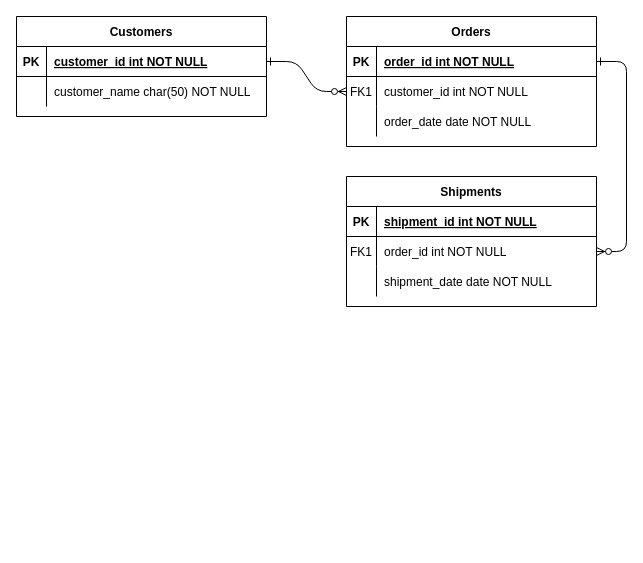
Earlier version of the draw.io diagram Untitled Diagram.drawio (kiroskirin/diagram-101). Source tidied: cells renumbered, new cells numbered last; positions are measured from the earlier drawing's top-left corner, leaving out a move shared by most shapes. Both pictures are drawn from the tidied source at 100%, with x=0, y=0 at pixel (16, 16).
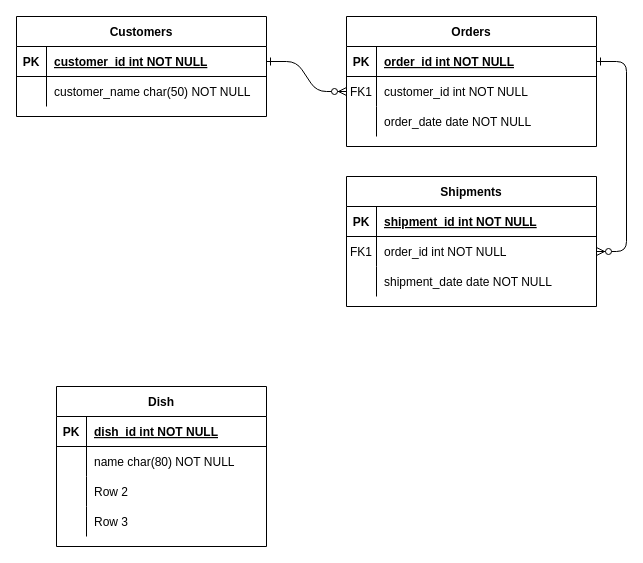
Above is the later version.

Commit message:
init diagram

The edit, as a diff of the source:
```diff
@@
+    <mxCell id="31" value="Dish" style="shape=table;startSize=30;childLayout=tableLayout;rowLines=0;fontStyle=1;align=center;" parent="1" vertex="1">
+      <mxGeometry x="40" y="370" width="210" height="160" as="geometry" />
+    </mxCell>
+    <mxCell id="32" style="shape=tableRow;horizontal=0;startSize=0;swimlaneHead=0;swimlaneBody=0;fillColor=none;top=0;left=0;right=0;bottom=1;" parent="31" vertex="1">
+      <mxGeometry y="30" width="210" height="30" as="geometry" />
+    </mxCell>
+    <mxCell id="33" value="PK" style="shape=partialRectangle;fillColor=none;top=0;left=0;bottom=0;right=0;fontStyle=1;overflow=hidden;" parent="32" vertex="1">
+      <mxGeometry width="30" height="30" as="geometry" />
+    </mxCell>
+    <mxCell id="34" value="dish_id int NOT NULL" style="shape=partialRectangle;fillColor=none;top=0;left=0;bottom=0;right=0;align=left;spacingLeft=6;fontStyle=5;overflow=hidden;" parent="32" vertex="1">
+      <mxGeometry x="30" width="180" height="30" as="geometry" />
+    </mxCell>
+    <mxCell id="35" style="shape=tableRow;horizontal=0;startSize=0;swimlaneHead=0;swimlaneBody=0;fillColor=none;top=0;left=0;right=0;bottom=0;" parent="31" vertex="1">
+      <mxGeometry y="60" width="210" height="30" as="geometry" />
+    </mxCell>
+    <mxCell id="36" style="shape=partialRectangle;fillColor=none;top=0;left=0;bottom=0;right=0;overflow=hidden;" parent="35" vertex="1">
+      <mxGeometry width="30" height="30" as="geometry" />
+    </mxCell>
+    <mxCell id="37" value="name char(80) NOT NULL" style="shape=partialRectangle;fillColor=none;top=0;left=0;bottom=0;right=0;align=left;spacingLeft=6;overflow=hidden;" parent="35" vertex="1">
+      <mxGeometry x="30" width="180" height="30" as="geometry" />
+    </mxCell>
+    <mxCell id="38" style="shape=tableRow;horizontal=0;startSize=0;swimlaneHead=0;swimlaneBody=0;fillColor=none;top=0;left=0;right=0;bottom=0;" parent="31" vertex="1">
+      <mxGeometry y="90" width="210" height="30" as="geometry" />
+    </mxCell>
+    <mxCell id="39" style="shape=partialRectangle;fillColor=none;top=0;left=0;bottom=0;right=0;overflow=hidden;" parent="38" vertex="1">
+      <mxGeometry width="30" height="30" as="geometry" />
+    </mxCell>
+    <mxCell id="40" value="Row 2" style="shape=partialRectangle;fillColor=none;top=0;left=0;bottom=0;right=0;align=left;spacingLeft=6;overflow=hidden;" parent="38" vertex="1">
+      <mxGeometry x="30" width="180" height="30" as="geometry" />
+    </mxCell>
+    <mxCell id="41" style="shape=tableRow;horizontal=0;startSize=0;swimlaneHead=0;swimlaneBody=0;fillColor=none;top=0;left=0;right=0;bottom=0;" parent="31" vertex="1">
+      <mxGeometry y="120" width="210" height="30" as="geometry" />
+    </mxCell>
+    <mxCell id="42" style="shape=partialRectangle;fillColor=none;top=0;left=0;bottom=0;right=0;overflow=hidden;" parent="41" vertex="1">
+      <mxGeometry width="30" height="30" as="geometry" />
+    </mxCell>
+    <mxCell id="43" value="Row 3" style="shape=partialRectangle;fillColor=none;top=0;left=0;bottom=0;right=0;align=left;spacingLeft=6;overflow=hidden;" parent="41" vertex="1">
+      <mxGeometry x="30" width="180" height="30" as="geometry" />
+    </mxCell>
```
